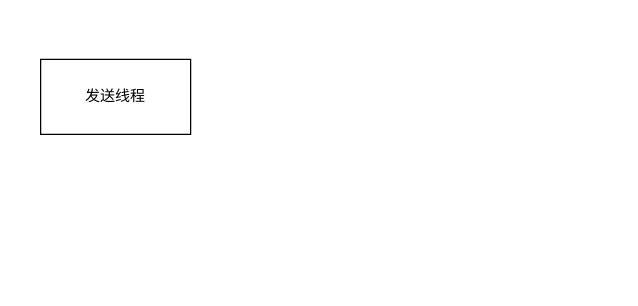
The draw.io diagram 进程管理.drawio in reblackcat/draw, before the edit. Source tidied: cells renumbered, new cells numbered last; positions are measured from the earlier drawing's top-left corner, leaving out a move shared by most shapes. Both pictures are drawn from the tidied source at 125%, with x=0, y=0 at pixel (40, 59).
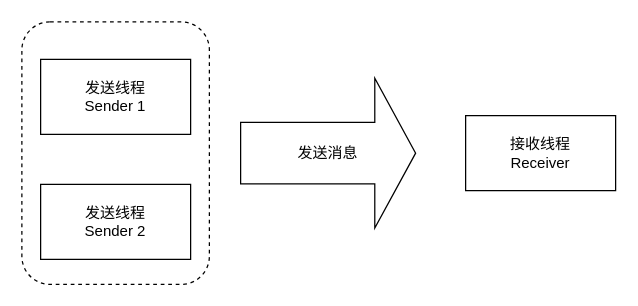
The same diagram, later.

What changed in the source:
```diff
@@
 <mxGraphModel>
   <root>
     <mxCell id="0" />
     <mxCell id="1" parent="0" />
+    <mxCell id="3" style="rounded=1;whiteSpace=wrap;html=1;dashed=1;fillColor=none;" parent="1" vertex="1">
+      <mxGeometry x="-15" y="-30" width="150" height="210" as="geometry" />
+    </mxCell>
-    <mxCell id="2" value="发送线程" style="rounded=0;whiteSpace=wrap;html=1;" parent="1" vertex="1">
+    <mxCell id="2" value="发送线程&lt;br&gt;Sender 1" style="rounded=0;whiteSpace=wrap;html=1;" parent="1" vertex="1">
       <mxGeometry width="120" height="60" as="geometry" />
     </mxCell>
+    <mxCell id="4" value="发送线程&lt;br&gt;Sender 2" style="rounded=0;whiteSpace=wrap;html=1;" parent="1" vertex="1">
+      <mxGeometry y="100" width="120" height="60" as="geometry" />
+    </mxCell>
+    <mxCell id="5" value="发送消息" style="shape=singleArrow;whiteSpace=wrap;html=1;fillColor=none;arrowWidth=0.4111114501953125;arrowSize=0.23333304268973215;" parent="1" vertex="1">
+      <mxGeometry x="160" y="15" width="140" height="120" as="geometry" />
+    </mxCell>
+    <mxCell id="6" value="接收线程&lt;br&gt;Receiver" style="rounded=0;whiteSpace=wrap;html=1;" parent="1" vertex="1">
+      <mxGeometry x="340" y="45" width="120" height="60" as="geometry" />
+    </mxCell>
   </root>
 </mxGraphModel>
```
